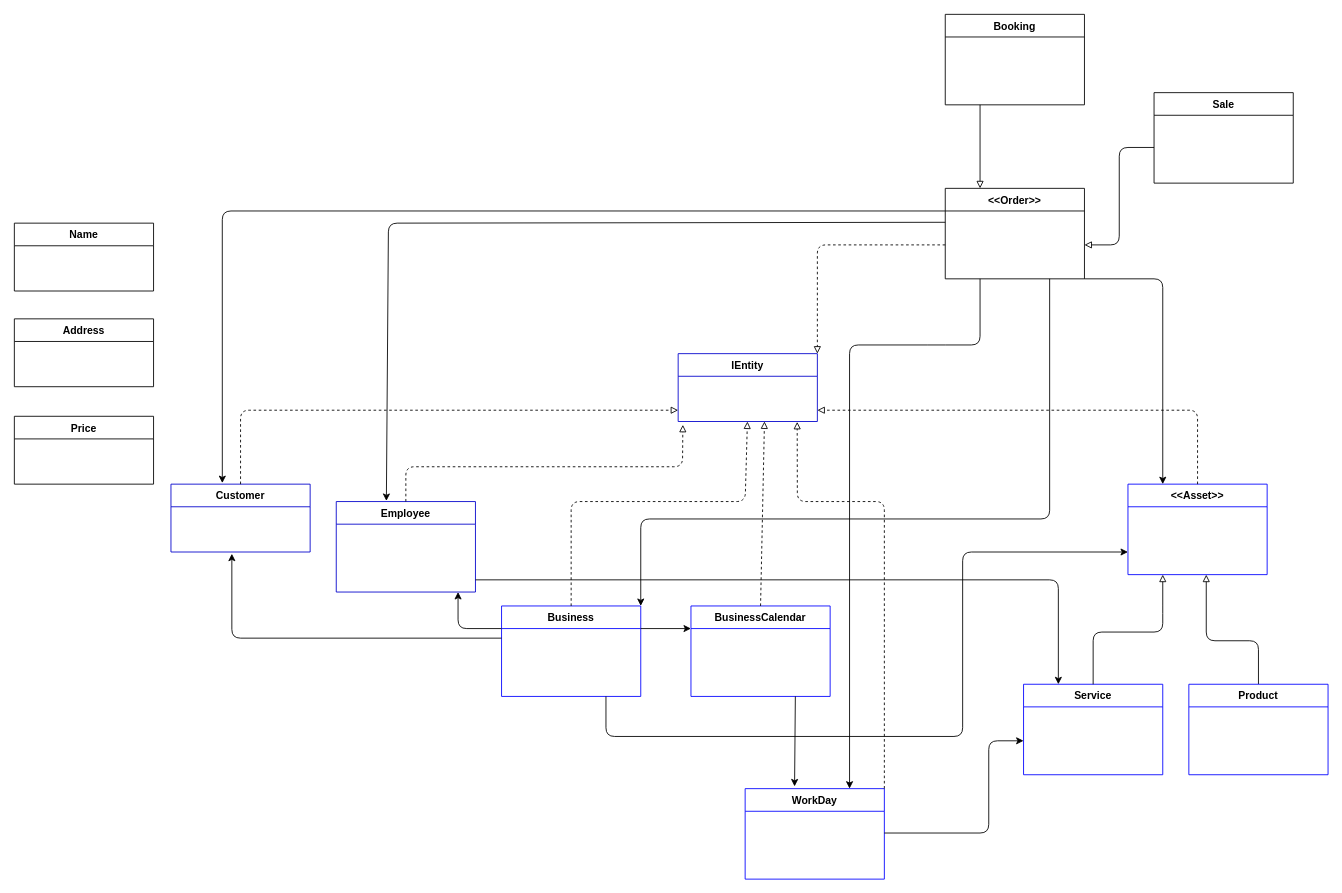
Before: docs/Domain Relationship Diagram.drawio in devcicerojr/booksa, a draw.io diagram. Source tidied: cells renumbered, new cells numbered last; positions are measured from the earlier drawing's top-left corner, leaving out a move shared by most shapes. Both pictures are drawn from the tidied source at 87%, with x=0, y=0 at pixel (14, 14).
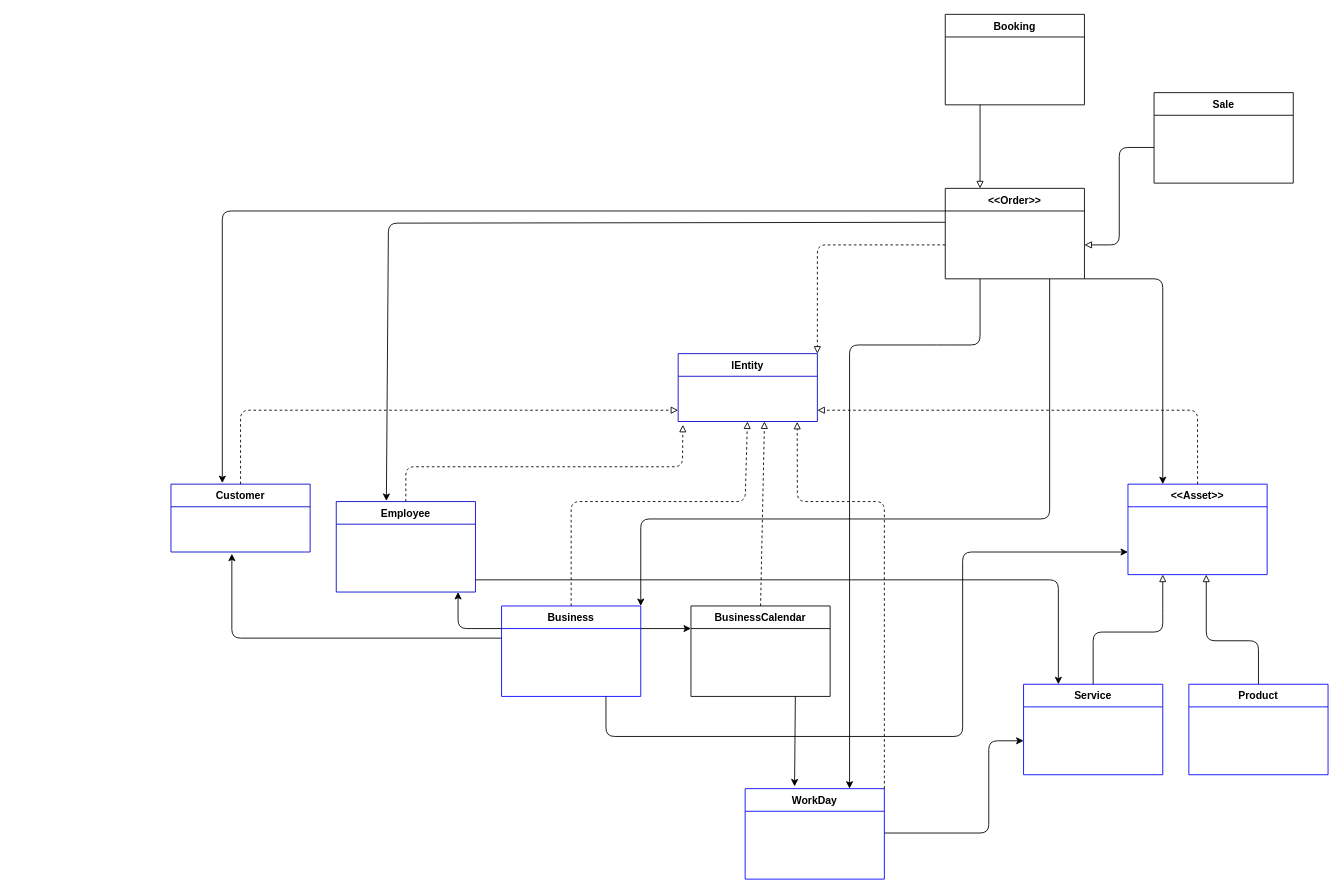
After the change.

Commit message (it also covers changes not shown here):
Updating domain, but still in progress

What changed in the source:
```diff
@@
-    <mxCell id="14" value="BusinessCalendar" style="swimlane;fontStyle=1;horizontal=1;startSize=26;rounded=0;shadow=0;strokeWidth=1;strokeColor=#0000FF;" parent="1" vertex="1">
+    <mxCell id="14" value="BusinessCalendar" style="swimlane;fontStyle=1;horizontal=1;startSize=26;rounded=0;shadow=0;strokeWidth=1;strokeColor=#00000A;" parent="1" vertex="1">
       <mxGeometry x="777.7" y="680" width="160" height="104" as="geometry" />
     </mxCell>
@@
-    <mxCell id="32" value="Address" style="swimlane;fontStyle=1;horizontal=1;startSize=26;rounded=0;shadow=0;strokeWidth=1;" parent="1" vertex="1">
-      <mxGeometry y="350" width="160" height="78" as="geometry" />
-    </mxCell>
-    <mxCell id="33" value="Name" style="swimlane;fontStyle=1;horizontal=1;startSize=26;rounded=0;shadow=0;strokeWidth=1;" parent="1" vertex="1">
-      <mxGeometry y="240" width="160" height="78" as="geometry" />
-    </mxCell>
@@
-    <mxCell id="37" value="Price" style="swimlane;fontStyle=1;horizontal=1;startSize=26;rounded=0;shadow=0;strokeWidth=1;" parent="1" vertex="1">
-      <mxGeometry y="462" width="160" height="78" as="geometry" />
-    </mxCell>
```
